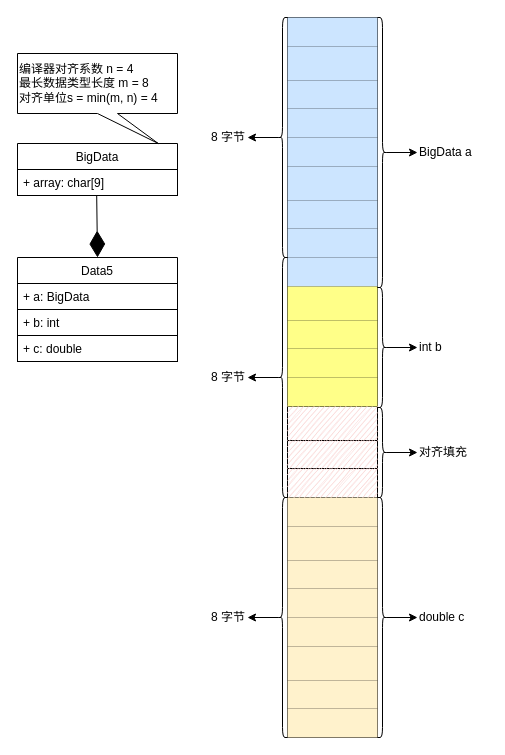
The draw.io diagram TechStack/memory_alignment_case5.drawio in zhxilin/picbed, before the edit. Source tidied: cells renumbered, new cells numbered last; positions are measured from the earlier drawing's top-left corner, leaving out a move shared by most shapes. Both pictures are drawn from the tidied source at 100%, with x=0, y=0 at pixel (17, 17).
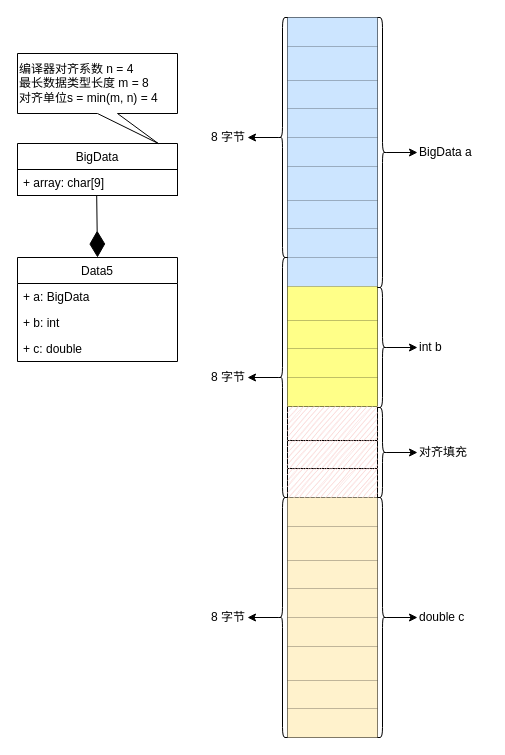
After the change.

Unchanged cells that the change refers to:
```xml
<mxCell id="67" value="Data5" style="swimlane;fontStyle=0;horizontal=1;startSize=26;fillColor=none;sketch=0;strokeColor=default;" parent="1" vertex="1">
  <mxGeometry y="240" width="160" height="104" as="geometry" />
</mxCell>
```

What changed in the source:
```diff
@@
-    <mxCell id="68" value="+ a: BigData" style="text;strokeColor=default;fillColor=none;align=left;verticalAlign=top;spacingLeft=4;spacingRight=4;overflow=hidden;sketch=0;" parent="67" vertex="1">
+    <mxCell id="68" value="+ a: BigData" style="text;strokeColor=none;fillColor=none;align=left;verticalAlign=top;spacingLeft=4;spacingRight=4;overflow=hidden;sketch=0;" parent="67" vertex="1">
       <mxGeometry y="26" width="160" height="26" as="geometry" />
     </mxCell>
-    <mxCell id="69" value="+ b: int" style="text;strokeColor=default;fillColor=none;align=left;verticalAlign=top;spacingLeft=4;spacingRight=4;overflow=hidden;sketch=0;" parent="67" vertex="1">
+    <mxCell id="69" value="+ b: int" style="text;strokeColor=none;fillColor=none;align=left;verticalAlign=top;spacingLeft=4;spacingRight=4;overflow=hidden;sketch=0;" parent="67" vertex="1">
       <mxGeometry y="52" width="160" height="26" as="geometry" />
     </mxCell>
-    <mxCell id="70" value="+ c: double" style="text;strokeColor=default;fillColor=none;align=left;verticalAlign=top;spacingLeft=4;spacingRight=4;overflow=hidden;sketch=0;" parent="67" vertex="1">
+    <mxCell id="70" value="+ c: double" style="text;strokeColor=none;fillColor=none;align=left;verticalAlign=top;spacingLeft=4;spacingRight=4;overflow=hidden;sketch=0;" parent="67" vertex="1">
       <mxGeometry y="78" width="160" height="26" as="geometry" />
     </mxCell>
```
